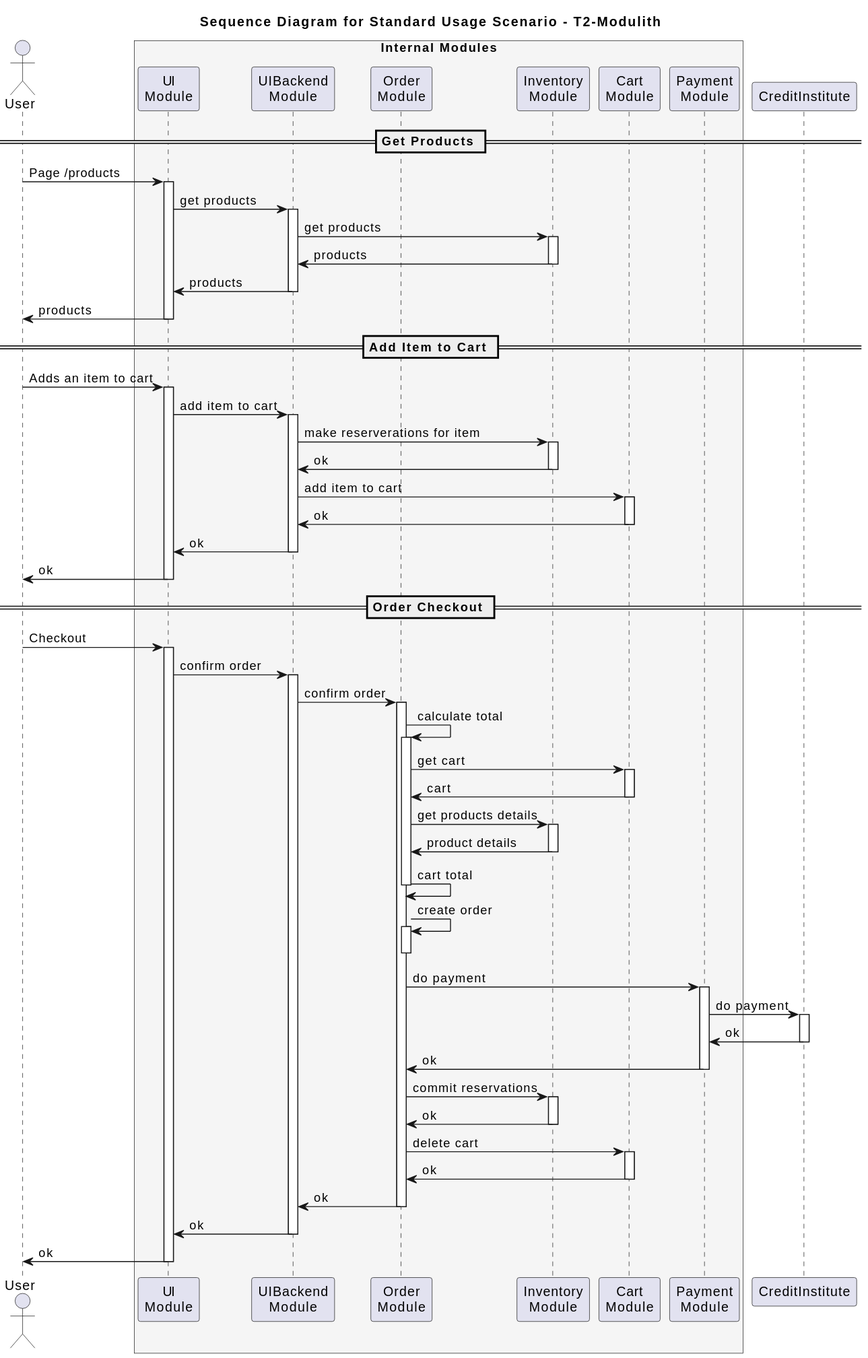
This is source/diagrams/sequence-modulith-user.svg from t2-project/documentation, a PlantUML export, as it was before one commit. Source of this version:
```plantuml
@startuml
title Sequence Diagram for Standard Usage Scenario - T2-Modulith

actor       "User"            as user
box "Internal Modules" #WhiteSmoke
participant "UI\nModule"              as ui
participant "UIBackend\nModule"       as uibackend
participant "Order\nModule"           as order
participant "Inventory\nModule"       as inventory
participant "Cart\nModule"            as cart
participant "Payment\nModule"         as payment
end box
participant "CreditInstitute" as creditinstitute

== Get Products ==

user -> ui ++ : Page /products
ui -> uibackend ++ : get products
uibackend -> inventory ++ : get products
uibackend <- inventory -- : products
ui <- uibackend -- : products
user <- ui -- : products

== Add Item to Cart ==

user -> ui ++ : Adds an item to cart
ui -> uibackend ++ : add item to cart
uibackend -> inventory ++ : make reserverations for item
uibackend <- inventory -- : ok
uibackend -> cart ++ : add item to cart
uibackend <- cart -- : ok
ui <- uibackend -- : ok
user <- ui -- : ok

== Order Checkout ==

user -> ui ++ : Checkout
ui -> uibackend ++ : confirm order
uibackend -> order ++ : confirm order
order -> order ++ : calculate total
order -> cart ++ : get cart
order <- cart -- : cart
order -> inventory ++ : get products details
order <- inventory -- : product details
order -> order -- : cart total
order -> order ++-- : create order
order -> payment ++ : do payment
payment -> creditinstitute ++ : do payment
payment <- creditinstitute -- : ok
order <- payment -- : ok
order -> inventory ++ : commit reservations
order <- inventory -- : ok
order -> cart ++ : delete cart
order <- cart -- : ok
uibackend <- order -- : ok
ui <- uibackend -- : ok
user <- ui -- : ok
@enduml
```
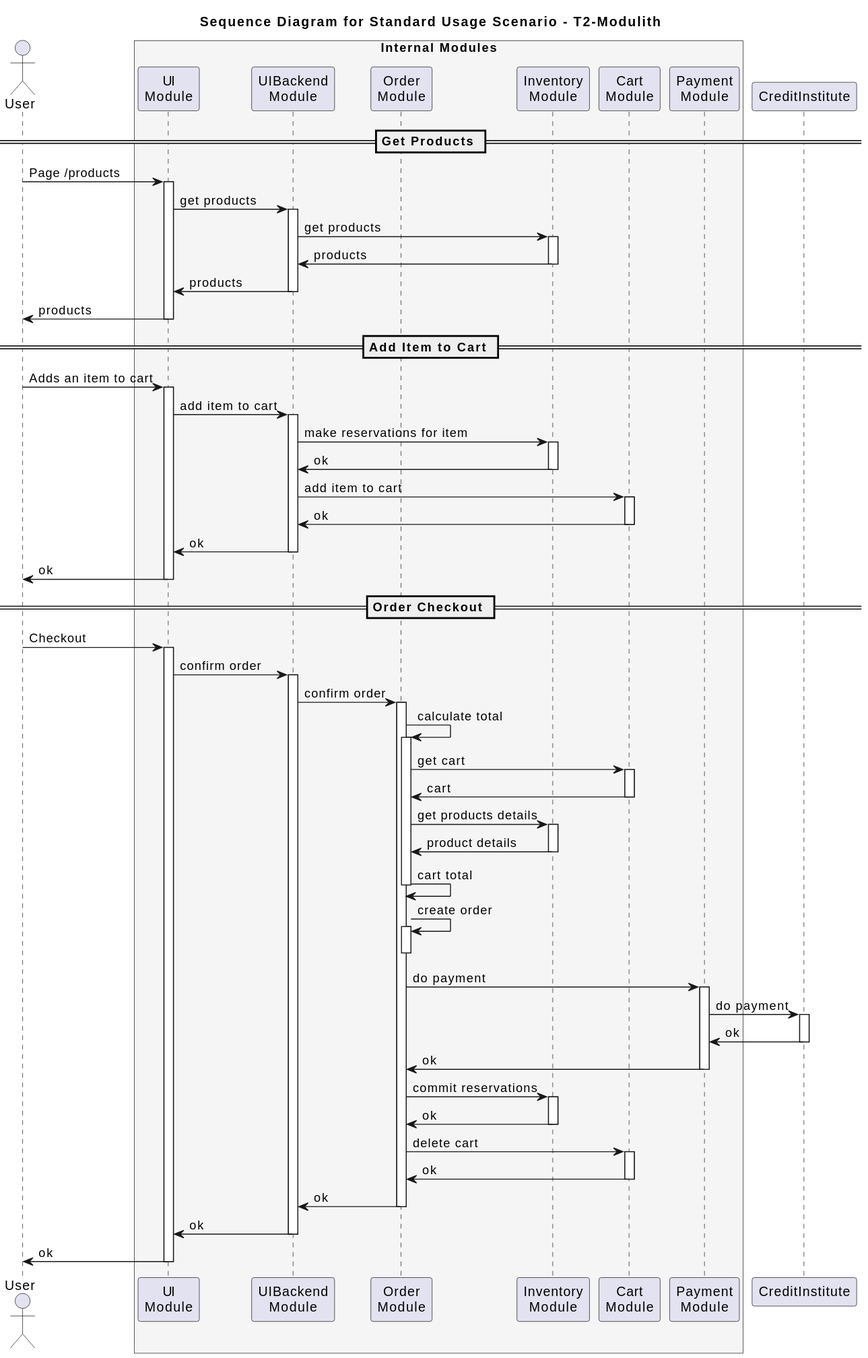
After the commit.

Diff of the diagram source:
```diff
@@ -25,7 +25,7 @@
 
 user -> ui ++ : Adds an item to cart
 ui -> uibackend ++ : add item to cart
-uibackend -> inventory ++ : make reserverations for item
+uibackend -> inventory ++ : make reservations for item
 uibackend <- inventory -- : ok
 uibackend -> cart ++ : add item to cart
 uibackend <- cart -- : ok
```
